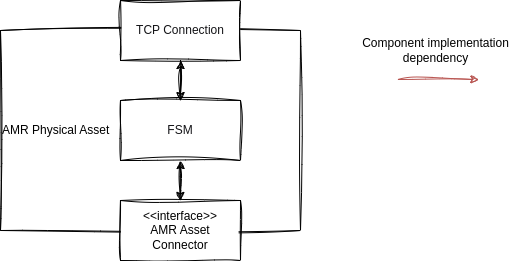
Earlier version of the draw.io export applications/docs/img/amr_physical_asset.png (iml130/sola). Source tidied: cells renumbered, new cells last; positions are measured from the earlier drawing's top-left corner, leaving out a move shared by most shapes.
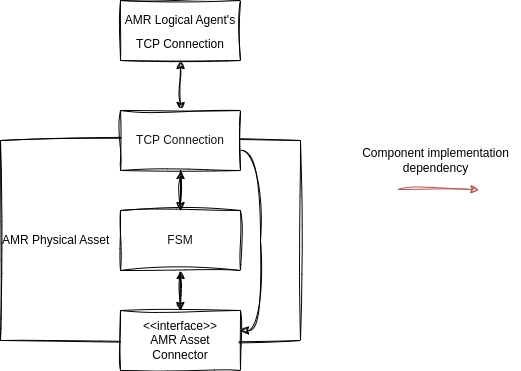
The same diagram one commit later.

Commit message:
docs(applications): update figures, start with AMR Physical description

Change to the diagram source:
```diff
@@ -2,13 +2,13 @@
   <root>
     <mxCell id="0" />
     <mxCell id="1" parent="0" />
-    <mxCell id="2" style="orthogonalLoop=1;jettySize=auto;html=1;sketch=1;curveFitting=1;jiggle=2;fillColor=#f8cecc;strokeColor=#b85450;rounded=0;" parent="1" edge="1">
+    <mxCell id="2" style="orthogonalLoop=1;jettySize=auto;html=1;fillColor=#f8cecc;strokeColor=#b85450;rounded=0;sketch=1;curveFitting=1;jiggle=2;" parent="1" edge="1">
       <mxGeometry relative="1" as="geometry">
         <mxPoint x="397.4" y="79" as="sourcePoint" />
         <mxPoint x="478.4" y="79" as="targetPoint" />
       </mxGeometry>
     </mxCell>
-    <mxCell id="3" value="Component implementation &lt;br&gt;dependency" style="text;html=1;align=center;verticalAlign=middle;strokeColor=none;fillColor=none;" parent="1" vertex="1">
+    <mxCell id="3" value="Component implementation &lt;br&gt;dependency" style="text;html=1;align=center;verticalAlign=middle;strokeColor=none;fillColor=none;rounded=0;sketch=1;curveFitting=1;jiggle=2;" parent="1" vertex="1">
       <mxGeometry x="350" y="30" width="170" height="40" as="geometry" />
     </mxCell>
     <mxCell id="4" value="AMR Physical Asset" style="rounded=0;whiteSpace=wrap;html=1;verticalAlign=middle;align=left;sketch=1;curveFitting=1;jiggle=2;" parent="1" vertex="1">
@@ -17,6 +17,17 @@
     <mxCell id="5" style="edgeStyle=orthogonalEdgeStyle;rounded=0;jettySize=auto;html=1;sketch=1;curveFitting=1;jiggle=2;" parent="1" edge="1" source="6" target="11">
       <mxGeometry relative="1" as="geometry" />
     </mxCell>
+    <mxCell id="12" style="edgeStyle=orthogonalEdgeStyle;hachureGap=4;jettySize=auto;html=1;fontFamily=Architects Daughter;fontSource=https%3A%2F%2Ffonts.googleapis.com%2Fcss%3Ffamily%3DArchitects%2BDaughter;fontSize=16;sketch=1;curveFitting=1;jiggle=2;curved=1;" parent="1" edge="1" source="6" target="8">
+      <mxGeometry relative="1" as="geometry">
+        <Array as="points">
+          <mxPoint x="260" y="40" />
+          <mxPoint x="260" y="220" />
+        </Array>
+      </mxGeometry>
+    </mxCell>
+    <mxCell id="13" style="edgeStyle=orthogonalEdgeStyle;rounded=0;hachureGap=4;jettySize=auto;html=1;fontFamily=Architects Daughter;fontSource=https%3A%2F%2Ffonts.googleapis.com%2Fcss%3Ffamily%3DArchitects%2BDaughter;fontSize=16;startArrow=classic;startFill=1;verticalAlign=bottom;horizontal=1;sketch=1;curveFitting=1;jiggle=2;" parent="1" edge="1" source="6" target="14">
+      <mxGeometry relative="1" as="geometry" />
+    </mxCell>
     <mxCell id="6" value="&lt;font color=&quot;#141417&quot;&gt;TCP Connection&lt;br&gt;&lt;/font&gt;" style="rounded=0;whiteSpace=wrap;html=1;sketch=1;curveFitting=1;jiggle=2;" parent="1" vertex="1">
       <mxGeometry x="120" width="120" height="60" as="geometry" />
     </mxCell>
@@ -35,5 +46,8 @@
     <mxCell id="11" value="&lt;font color=&quot;#141417&quot;&gt;FSM&lt;br&gt;&lt;/font&gt;" style="rounded=0;whiteSpace=wrap;html=1;sketch=1;curveFitting=1;jiggle=2;" parent="1" vertex="1">
       <mxGeometry x="120" y="100" width="120" height="60" as="geometry" />
     </mxCell>
+    <mxCell id="14" value="&lt;font style=&quot;font-size: 12px;&quot; face=&quot;Helvetica&quot;&gt;AMR Logical Agent's TCP Connection&lt;/font&gt;" style="rounded=0;whiteSpace=wrap;html=1;hachureGap=4;fontFamily=Architects Daughter;fontSource=https%3A%2F%2Ffonts.googleapis.com%2Fcss%3Ffamily%3DArchitects%2BDaughter;fontSize=20;sketch=1;curveFitting=1;jiggle=2;" parent="1" vertex="1">
+      <mxGeometry x="120" y="-110" width="120" height="60" as="geometry" />
+    </mxCell>
   </root>
 </mxGraphModel>
```
